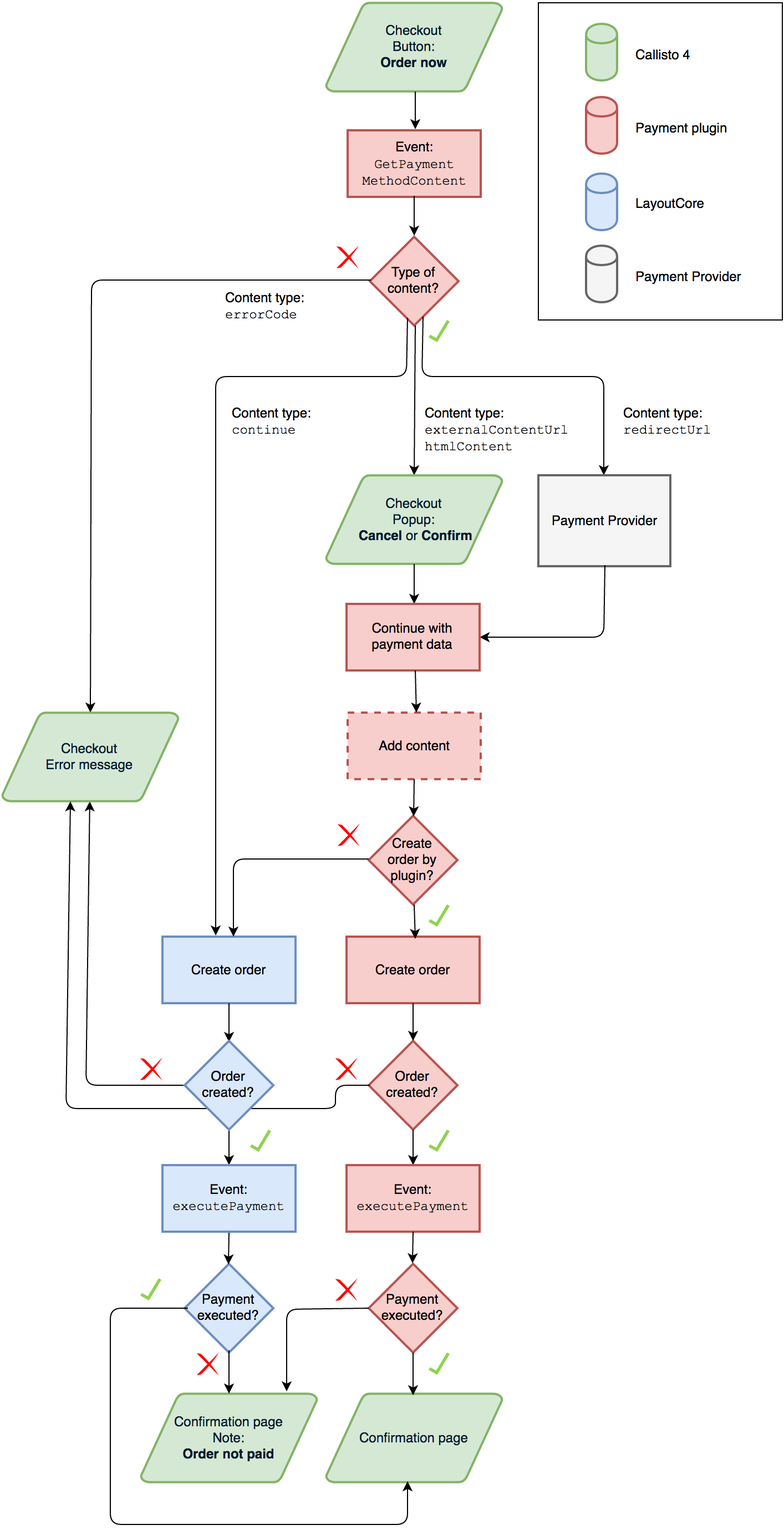
Above: resources/images/payment-plugin-flowchart.png in edgardo-sandique/plentymarket_test4 (draw.io), before the change. Source tidied: cells renumbered, new cells last; positions are measured from the earlier drawing's top-left corner, leaving out a move shared by most shapes.
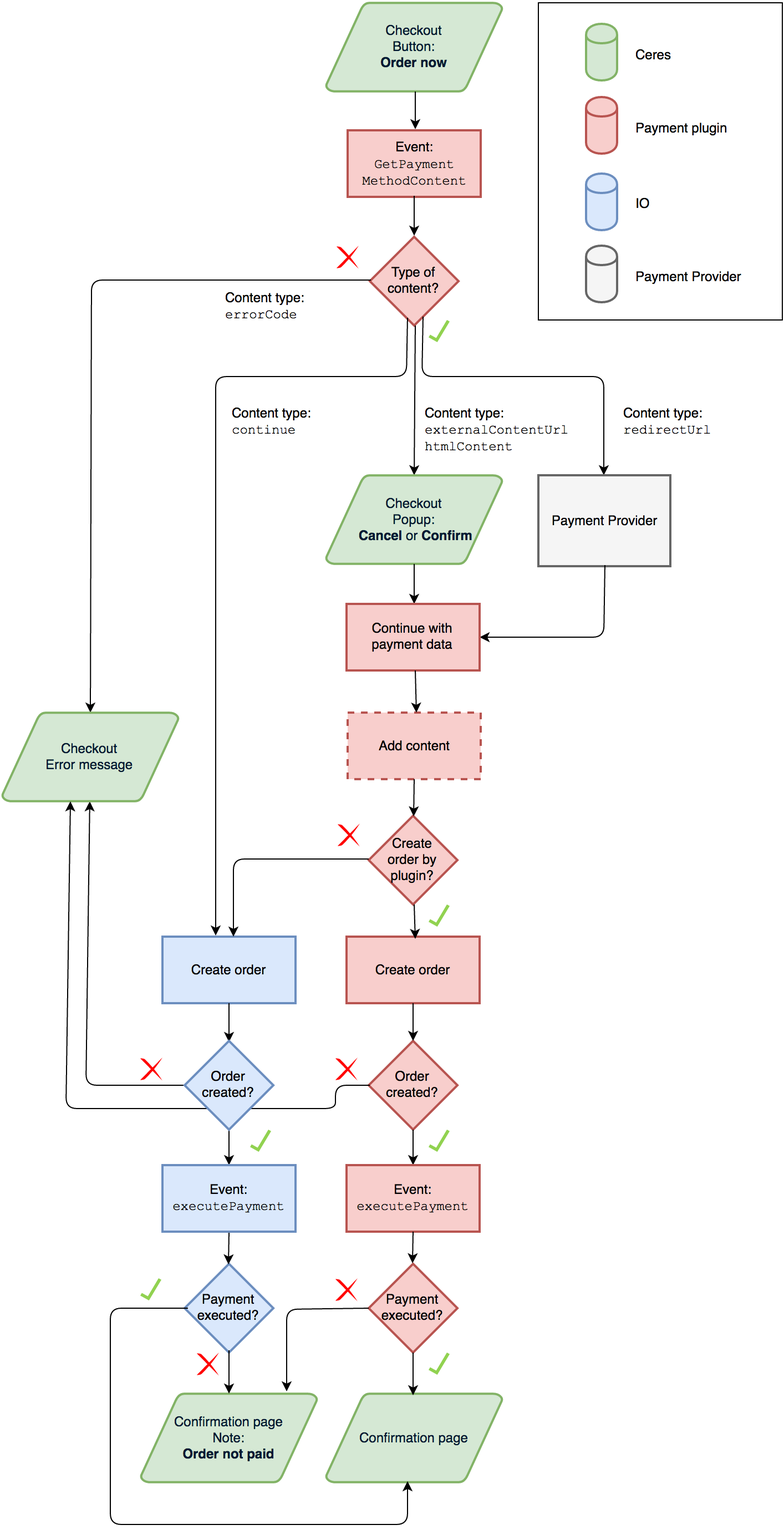
After the commit.

Commit message:
UPDATE plugin names in flowchart

Diff of the diagram source:
```diff
@@ -241,14 +241,14 @@
     <mxCell id="60" style="shape=cylinder;whiteSpace=wrap;html=1;strokeWidth=2;direction=east;fillColor=#f5f5f5;strokeColor=#666666;" parent="1" vertex="1">
       <mxGeometry x="527" y="219" width="28" height="51" as="geometry" />
     </mxCell>
-    <mxCell id="61" value="Callisto 4&lt;br&gt;" style="text;html=1;align=left;verticalAlign=top;spacingTop=-4;" parent="1" vertex="1">
-      <mxGeometry x="570" y="38" width="59" height="14" as="geometry" />
+    <mxCell id="61" value="Ceres" style="text;html=1;align=left;verticalAlign=top;spacingTop=-4;" parent="1" vertex="1">
+      <mxGeometry x="570" y="38" width="42" height="14" as="geometry" />
     </mxCell>
     <mxCell id="62" value="Payment plugin&lt;br&gt;" style="text;html=1;align=left;verticalAlign=top;spacingTop=-4;" parent="1" vertex="1">
       <mxGeometry x="570" y="104" width="93" height="14" as="geometry" />
     </mxCell>
-    <mxCell id="63" value="LayoutCore" style="text;html=1;align=left;verticalAlign=top;spacingTop=-4;" parent="1" vertex="1">
-      <mxGeometry x="570" y="172" width="72" height="14" as="geometry" />
+    <mxCell id="63" value="IO" style="text;html=1;align=left;verticalAlign=top;spacingTop=-4;" parent="1" vertex="1">
+      <mxGeometry x="570" y="172" width="23" height="14" as="geometry" />
     </mxCell>
     <mxCell id="64" value="Payment Provider&lt;br&gt;" style="text;html=1;align=left;verticalAlign=top;spacingTop=-4;" parent="1" vertex="1">
       <mxGeometry x="570" y="238" width="105" height="14" as="geometry" />
```
